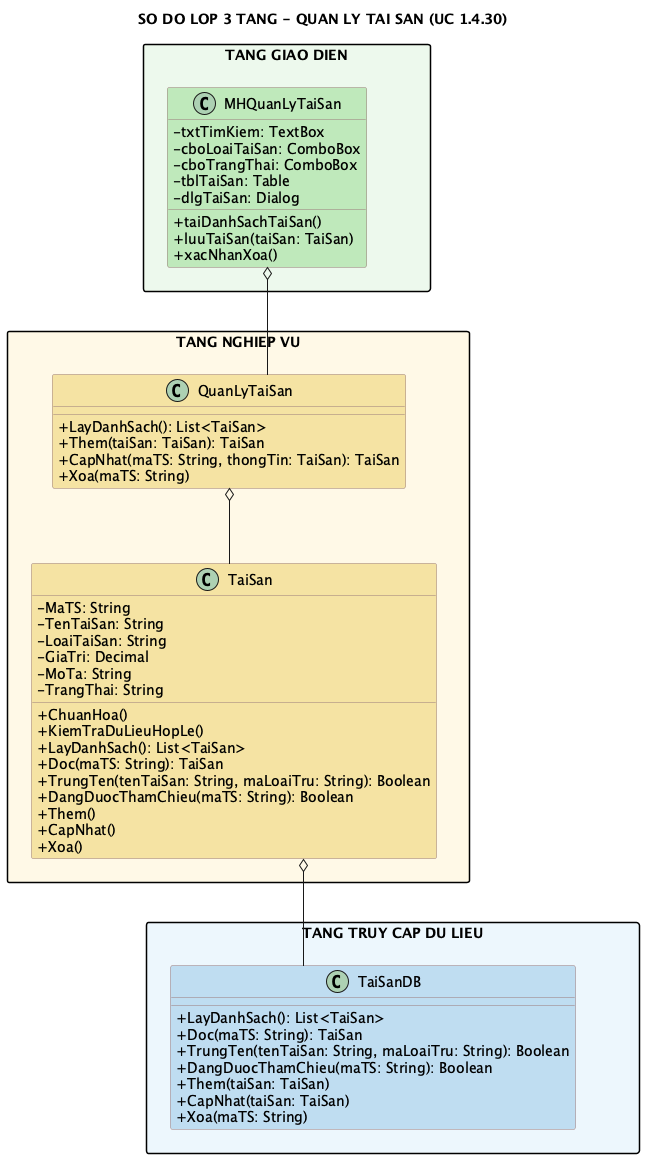
Earlier version of the PlantUML export diagram/png/quan-ly-tai-san-class.png (Ming1309/HomeStay-Dorm). The source it was exported from:
```plantuml
@startuml
title SO DO LOP 3 TANG - QUAN LY TAI SAN (UC 1.4.30)
top to bottom direction
skinparam shadowing false
skinparam linetype ortho
skinparam nodesep 55
skinparam ranksep 75
skinparam packageStyle rectangle
skinparam classAttributeIconSize 0
skinparam class {
  BackgroundColor #FFFACD
  BorderColor #9B7B7B
}

package "TANG GIAO DIEN" as GUI_LAYER #EDF9EC {
  class MHQuanLyTaiSan #BFE8BA {
    - txtTimKiem: TextBox
    - cboLoaiTaiSan: ComboBox
    - cboTrangThai: ComboBox
    - tblTaiSan: Table
    - dlgTaiSan: Dialog
    + taiDanhSachTaiSan()
    + luuTaiSan(taiSan: TaiSan)
    + xacNhanXoa()
  }
}
package "TANG NGHIEP VU" as BUS_LAYER #FFF9E6 {
  class QuanLyTaiSan #F4E3A2 {
    + LayDanhSach(): List<TaiSan>
    + Them(taiSan: TaiSan): TaiSan
    + CapNhat(maTS: String, thongTin: TaiSan): TaiSan
    + Xoa(maTS: String)
  }
  class TaiSan #F4E3A2 {
    - MaTS: String
    - TenTaiSan: String
    - LoaiTaiSan: String
    - GiaTri: Decimal
    - MoTa: String
    - TrangThai: String
    + ChuanHoa()
    + KiemTraDuLieuHopLe()
    + LayDanhSach(): List<TaiSan>
    + Doc(maTS: String): TaiSan
    + TrungTen(tenTaiSan: String, maLoaiTru: String): Boolean
    + DangDuocThamChieu(maTS: String): Boolean
    + Them()
    + CapNhat()
    + Xoa()
  }
}
package "TANG TRUY CAP DU LIEU" as DAL_LAYER #EDF6FC {
  class TaiSanDB #BFDCF0 {
    + LayDanhSach(): List<TaiSan>
    + Doc(maTS: String): TaiSan
    + TrungTen(tenTaiSan: String, maLoaiTru: String): Boolean
    + DangDuocThamChieu(maTS: String): Boolean
    + Them(taiSan: TaiSan)
    + CapNhat(taiSan: TaiSan)
    + Xoa(maTS: String)
  }
}
MHQuanLyTaiSan o-- QuanLyTaiSan
QuanLyTaiSan o-- TaiSan
TaiSan o-- TaiSanDB

GUI_LAYER -[hidden]down- BUS_LAYER
BUS_LAYER -[hidden]down- DAL_LAYER
QuanLyTaiSan -[hidden]down- TaiSanDB
@enduml
```
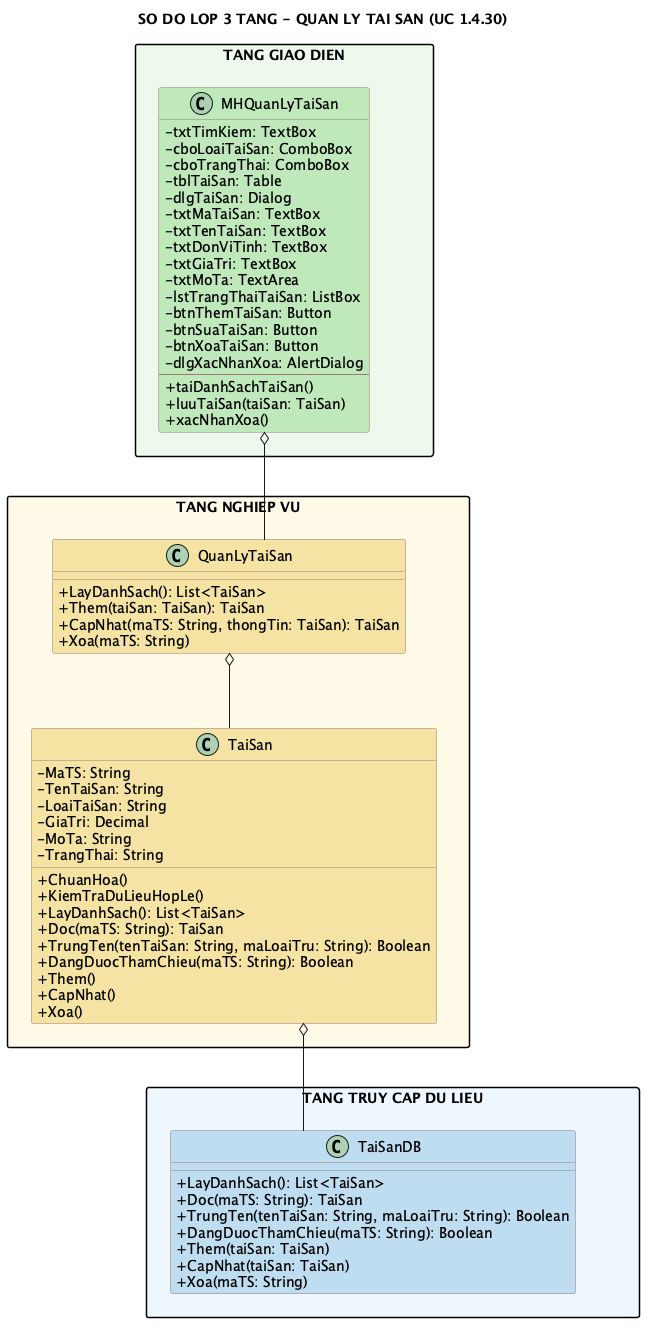
The same file after the commit.

Diff of the diagram source:
```diff
@@ -19,6 +19,17 @@
     - cboTrangThai: ComboBox
     - tblTaiSan: Table
     - dlgTaiSan: Dialog
+    - txtMaTaiSan: TextBox
+    - txtTenTaiSan: TextBox
+    - txtDonViTinh: TextBox
+    - txtGiaTri: TextBox
+    - txtMoTa: TextArea
+    - lstTrangThaiTaiSan: ListBox
+    - btnThemTaiSan: Button
+    - btnSuaTaiSan: Button
+    - btnXoaTaiSan: Button
+    - dlgXacNhanXoa: AlertDialog
+    --
     + taiDanhSachTaiSan()
     + luuTaiSan(taiSan: TaiSan)
     + xacNhanXoa()
```
